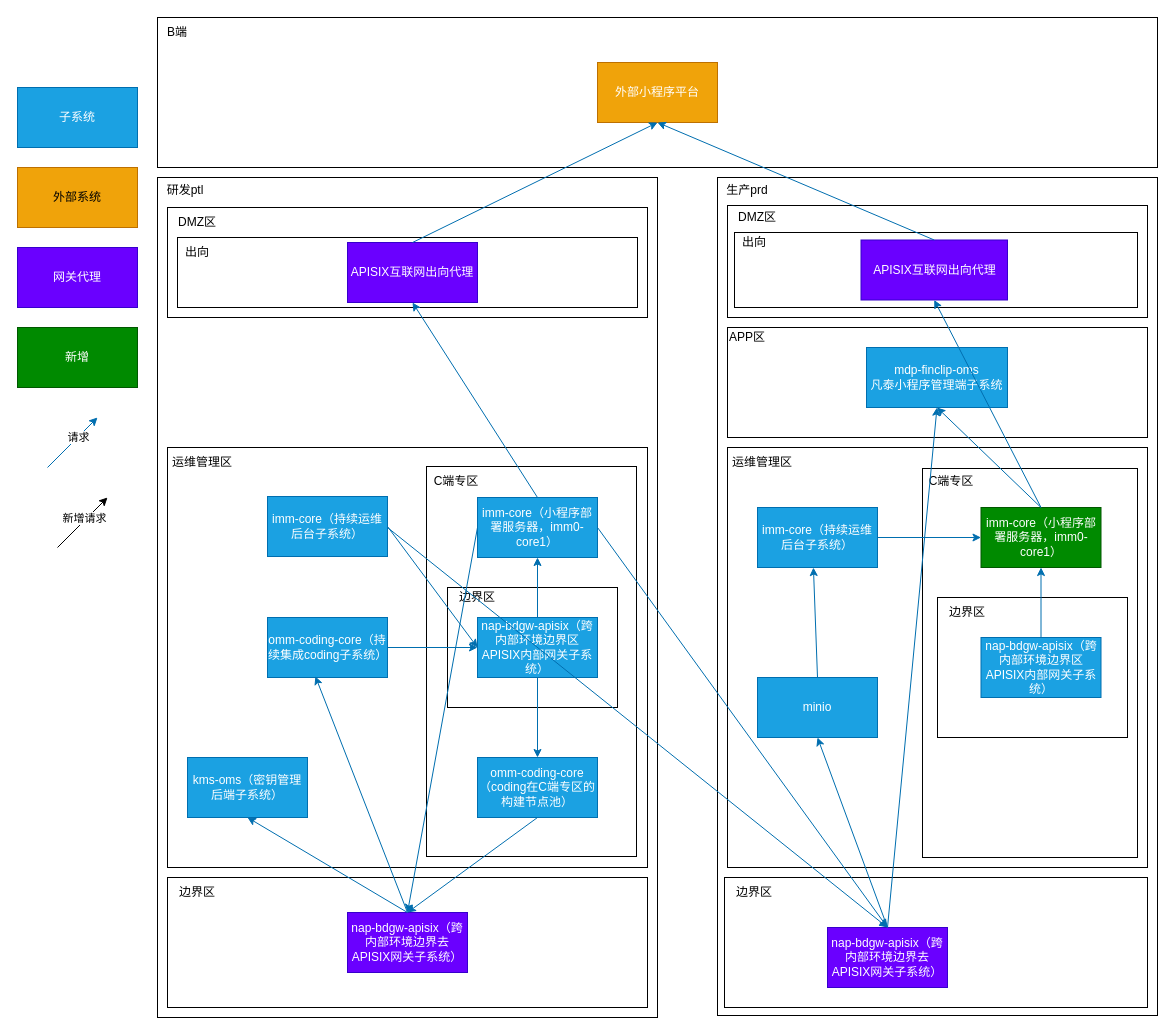
This is 小程序发布部署架构图-生产有C端专区-凡泰测试发到生产.drawio from lao-chengyong/-, a draw.io file, before an edit. Source tidied: cells renumbered, new cells numbered last; positions are measured from the earlier drawing's top-left corner, leaving out a move shared by most shapes. Both pictures are drawn from the tidied source at 100%, with x=0, y=0 at pixel (17, 17).
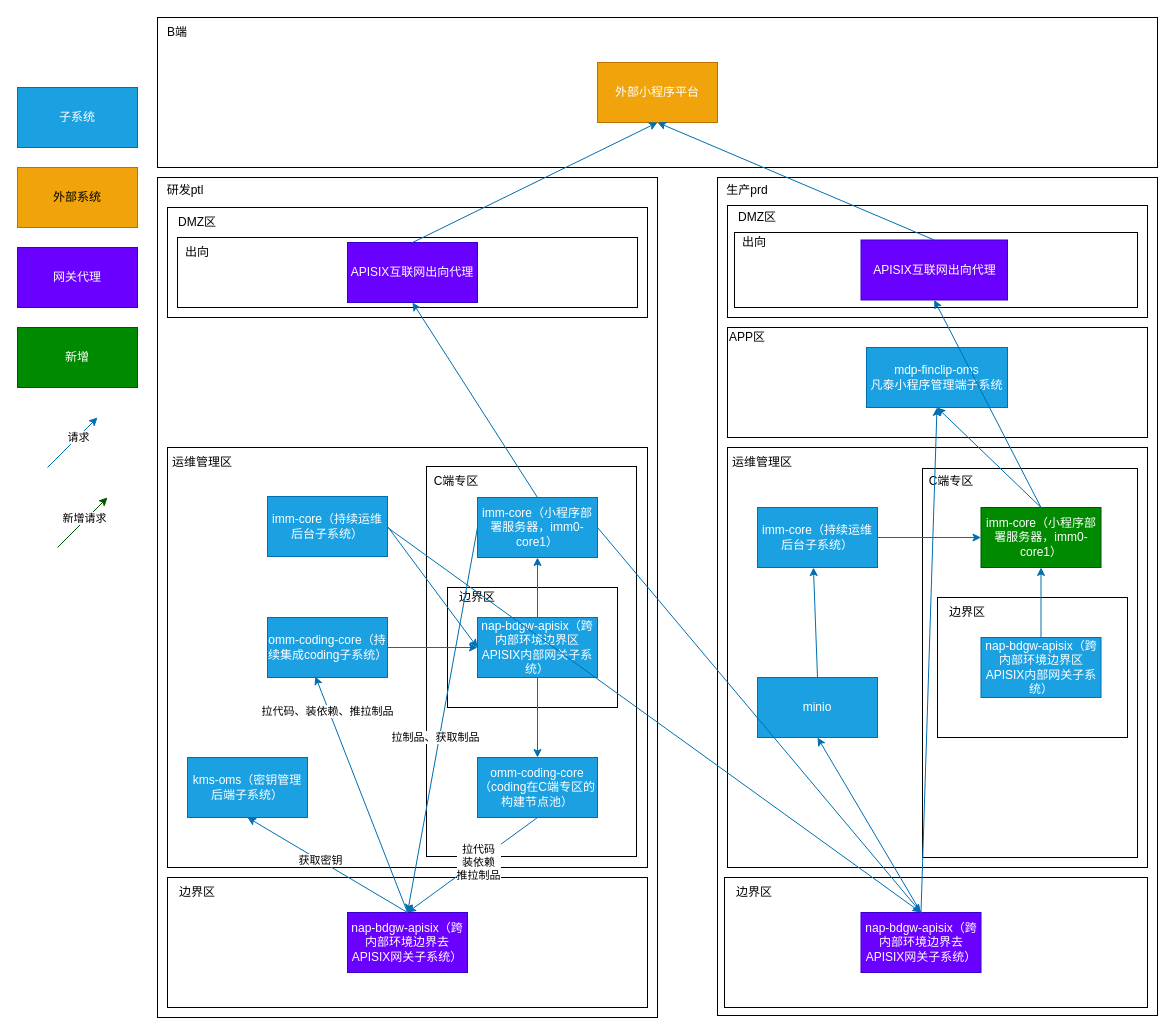
Above is the later version.

Commit message:
更新小程序发布部署架构图-生产有C端专区-凡泰测试发到生产.drawio

The change refers to these unchanged cells:
```xml
<mxCell id="41" style="endArrow=classic;html=1;rounded=0;exitX=0.5;exitY=0;exitDx=0;exitDy=0;entryX=0.5;entryY=1;entryDx=0;entryDy=0;fillColor=#1ba1e2;strokeColor=#006EAF;" parent="1" edge="1" source="8" target="9">
  <mxGeometry relative="1" as="geometry" />
</mxCell>
<mxCell id="42" style="endArrow=classic;html=1;rounded=0;exitX=0.5;exitY=0;exitDx=0;exitDy=0;entryX=0.399;entryY=0.981;entryDx=0;entryDy=0;fillColor=#1ba1e2;strokeColor=#006EAF;entryPerimeter=0;" parent="1" edge="1" source="8" target="10">
  <mxGeometry relative="1" as="geometry" />
</mxCell>
<mxCell id="43" style="endArrow=classic;html=1;rounded=0;exitX=0.5;exitY=1;exitDx=0;exitDy=0;fillColor=#1ba1e2;strokeColor=#006EAF;entryX=0.5;entryY=0;entryDx=0;entryDy=0;" parent="1" edge="1" source="14" target="8">
  <mxGeometry relative="1" as="geometry" />
</mxCell>
<mxCell id="49" style="endArrow=classic;html=1;rounded=0;exitX=0;exitY=0.5;exitDx=0;exitDy=0;fillColor=#1ba1e2;strokeColor=#006EAF;entryX=0.5;entryY=0;entryDx=0;entryDy=0;" parent="1" edge="1" source="13" target="8">
  <mxGeometry relative="1" as="geometry" />
</mxCell>
```

Diff of the diagram source:
```diff
@@
+    <mxCell id="80" value="获取密钥" style="edgeLabel;html=1;align=center;verticalAlign=middle;" parent="41" vertex="1">
+      <mxGeometry x="0.1" relative="1" as="geometry" />
+    </mxCell>
@@
+    <mxCell id="81" value="拉代码、装依赖、推拉制品" style="edgeLabel;html=1;align=center;verticalAlign=middle;" parent="42" vertex="1">
+      <mxGeometry x="0.71" y="3" relative="1" as="geometry">
+        <mxPoint x="1" as="offset" />
+      </mxGeometry>
+    </mxCell>
@@
+    <mxCell id="82" value="拉代码&lt;br&gt;装依赖&lt;br&gt;推拉制品" style="edgeLabel;html=1;align=center;verticalAlign=middle;" parent="43" vertex="1">
+      <mxGeometry x="-0.08" y="1" relative="1" as="geometry" />
+    </mxCell>
@@
+    <mxCell id="83" value="拉制品、获取制品" style="edgeLabel;html=1;align=center;verticalAlign=middle;" parent="49" vertex="1">
+      <mxGeometry x="0.15" y="-2" relative="1" as="geometry">
+        <mxPoint y="-12" as="offset" />
+      </mxGeometry>
+    </mxCell>
@@
     <mxCell id="67" value="nap-bdgw-apisix（跨内部环境边界去APISIX网关子系统）" style="rounded=0;whiteSpace=wrap;html=1;fillColor=#6a00ff;fontColor=#ffffff;strokeColor=#3700CC;" parent="1" vertex="1">
-      <mxGeometry x="810" y="910" width="120" height="60" as="geometry" />
+      <mxGeometry x="843.5" y="895" width="120" height="60" as="geometry" />
     </mxCell>
@@
-    <mxCell id="78" style="endArrow=classic;html=1;rounded=0;" parent="1" edge="1">
+    <mxCell id="78" style="endArrow=classic;html=1;rounded=0;fillColor=#008a00;strokeColor=#005700;" parent="1" edge="1">
       <mxGeometry relative="1" as="geometry">
         <mxPoint x="40" y="530" as="sourcePoint" />
         <mxPoint x="90" y="480" as="targetPoint" />
       </mxGeometry>
     </mxCell>
```
